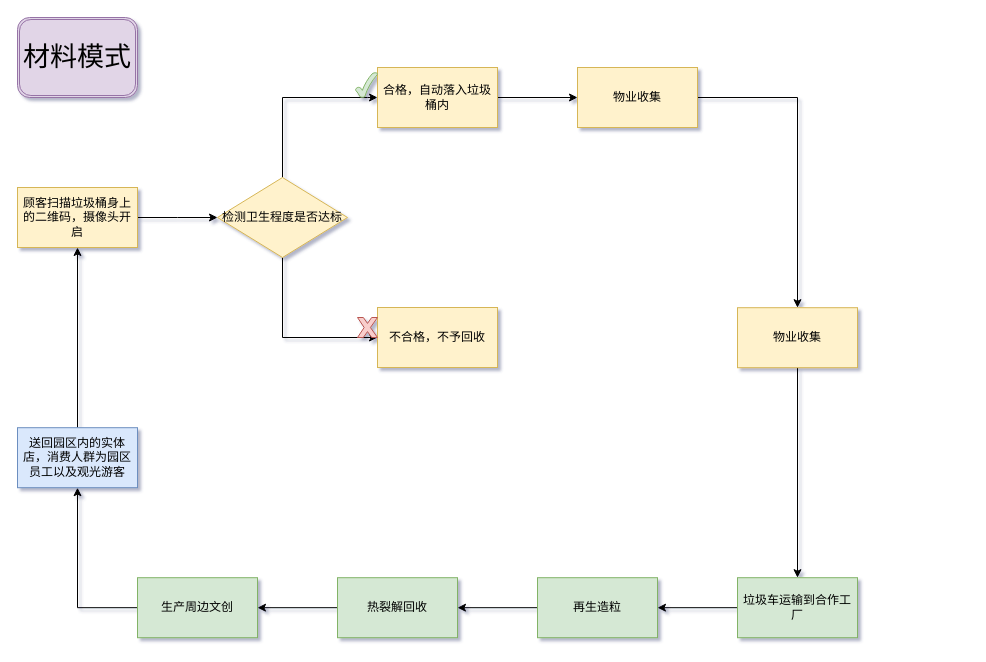
Above: Untitled Diagram.drawio in jinlujia99/juuulia (draw.io), before the change. Source tidied: cells renumbered, new cells numbered last; positions are measured from the earlier drawing's top-left corner, leaving out a move shared by most shapes. Both pictures are drawn from the tidied source at 100%, with x=0, y=0 at pixel (17, 17).
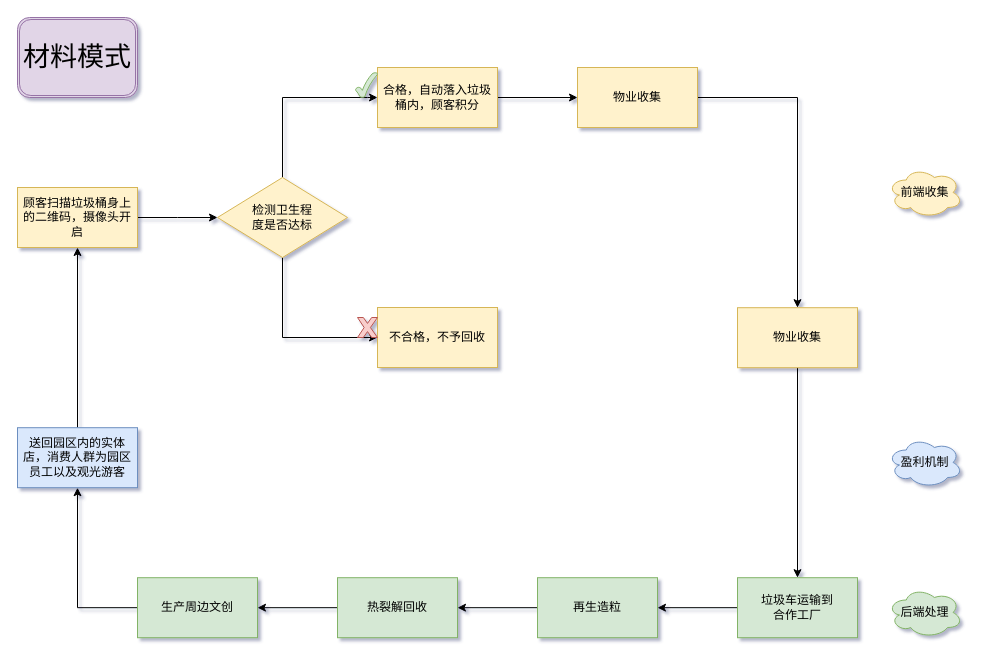
The same page after the edit.

What changed in the source:
```diff
@@
-    <mxCell id="7" value="&lt;font style=&quot;font-size: 12px&quot;&gt;检测卫生程度是否达标&lt;/font&gt;" style="rhombus;whiteSpace=wrap;html=1;fillColor=#fff2cc;strokeColor=#d6b656;" parent="1" vertex="1">
+    <mxCell id="7" value="&lt;font style=&quot;font-size: 12px&quot;&gt;检测卫生程&lt;br&gt;度是否达标&lt;/font&gt;" style="rhombus;whiteSpace=wrap;html=1;fillColor=#fff2cc;strokeColor=#d6b656;" parent="1" vertex="1">
       <mxGeometry x="200" y="160" width="130" height="80" as="geometry" />
     </mxCell>
@@
-    <mxCell id="9" value="合格，自动落入垃圾桶内" style="rounded=0;whiteSpace=wrap;html=1;fillColor=#fff2cc;strokeColor=#d6b656;" parent="1" vertex="1">
+    <mxCell id="9" value="合格，自动落入垃圾桶内，顾客积分" style="rounded=0;whiteSpace=wrap;html=1;fillColor=#fff2cc;strokeColor=#d6b656;" parent="1" vertex="1">
       <mxGeometry x="360" y="50" width="120" height="60" as="geometry" />
     </mxCell>
@@
-    <mxCell id="15" value="垃圾车运输到合作工厂" style="rounded=0;whiteSpace=wrap;html=1;fillColor=#d5e8d4;strokeColor=#82b366;" parent="1" vertex="1">
+    <mxCell id="15" value="垃圾车运输到&lt;br&gt;合作工厂" style="rounded=0;whiteSpace=wrap;html=1;fillColor=#d5e8d4;strokeColor=#82b366;" parent="1" vertex="1">
       <mxGeometry x="720" y="560.2" width="120" height="60" as="geometry" />
     </mxCell>
@@
+    <mxCell id="27" value="前端收集" style="ellipse;shape=cloud;whiteSpace=wrap;html=1;fillColor=#fff2cc;strokeColor=#d6b656;" parent="1" vertex="1">
+      <mxGeometry x="870" y="150" width="75" height="50" as="geometry" />
+    </mxCell>
+    <mxCell id="28" value="盈利机制" style="ellipse;shape=cloud;whiteSpace=wrap;html=1;fillColor=#dae8fc;strokeColor=#6c8ebf;" parent="1" vertex="1">
+      <mxGeometry x="870" y="420" width="75" height="50" as="geometry" />
+    </mxCell>
+    <mxCell id="29" value="后端处理" style="ellipse;shape=cloud;whiteSpace=wrap;html=1;fillColor=#d5e8d4;strokeColor=#82b366;" parent="1" vertex="1">
+      <mxGeometry x="870" y="570" width="75" height="50" as="geometry" />
+    </mxCell>
```
